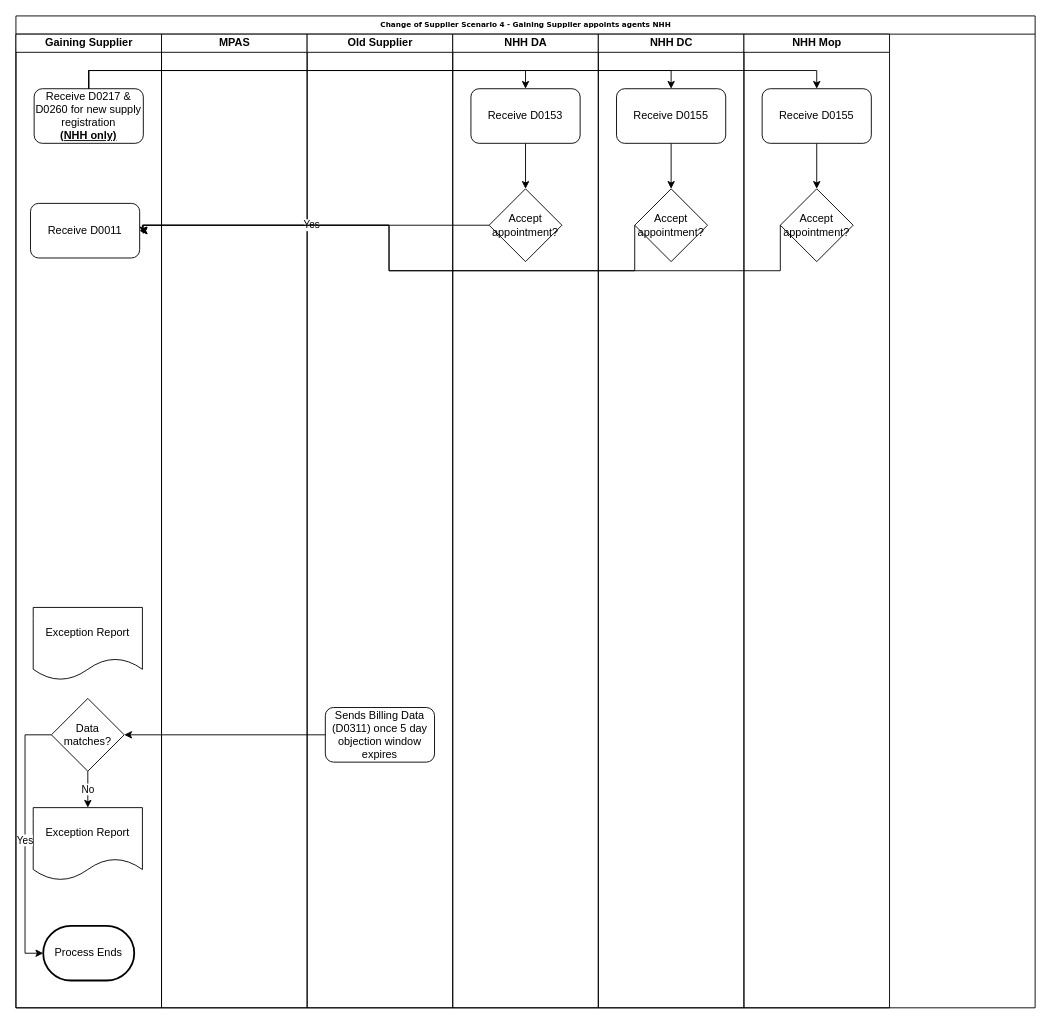
Before: Gaining Customer Electricity Scenario 4.drawio in andykanu/energy-business-processes, a draw.io diagram. Source tidied: cells renumbered, new cells numbered last; positions are measured from the earlier drawing's top-left corner, leaving out a move shared by most shapes. Both pictures are drawn from the tidied source at 91%, with x=0, y=0 at pixel (15, 15).
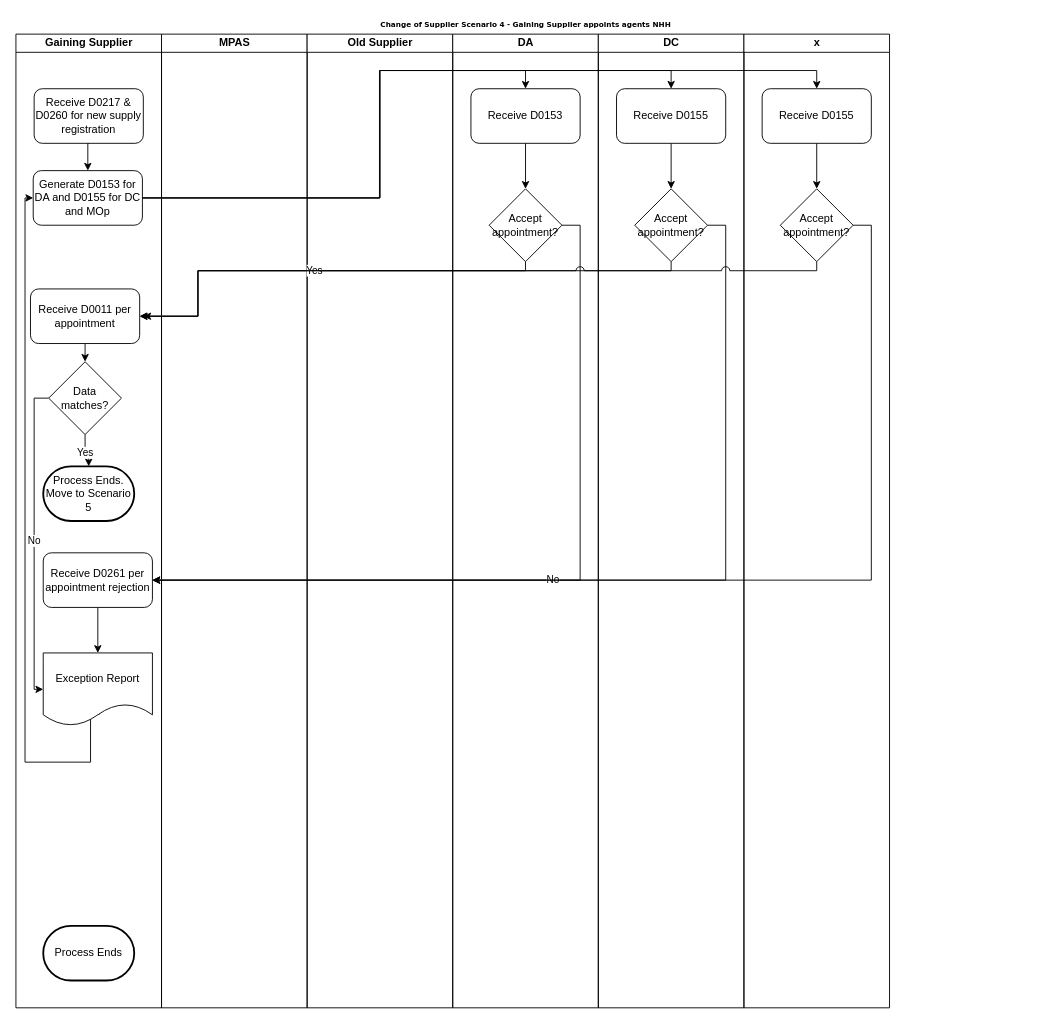
The same diagram, later.

Unchanged cells that the change refers to:
```xml
<mxCell id="3" value="Gaining Supplier" style="swimlane;html=1;startSize=20;" parent="2" vertex="1">
  <mxGeometry y="20" width="160" height="1070" as="geometry" />
</mxCell>
<mxCell id="14" value="Old Supplier" style="swimlane;html=1;startSize=20;" parent="2" vertex="1">
  <mxGeometry x="320" y="20" width="160" height="1070" as="geometry" />
</mxCell>
<mxCell id="18" value="Receive D0153" style="rounded=1;whiteSpace=wrap;html=1;" parent="16" vertex="1">
  <mxGeometry x="20" y="60" width="120" height="60" as="geometry" />
</mxCell>
<mxCell id="19" value="Accept appointment?" style="rhombus;whiteSpace=wrap;html=1;" parent="16" vertex="1">
  <mxGeometry x="40" y="170" width="80" height="80" as="geometry" />
</mxCell>
<mxCell id="22" value="Receive D0155" style="rounded=1;whiteSpace=wrap;html=1;" parent="20" vertex="1">
  <mxGeometry x="20" y="60" width="120" height="60" as="geometry" />
</mxCell>
<mxCell id="23" value="Accept appointment?" style="rhombus;whiteSpace=wrap;html=1;" parent="20" vertex="1">
  <mxGeometry x="40" y="170" width="80" height="80" as="geometry" />
</mxCell>
<mxCell id="26" value="Receive D0155" style="rounded=1;whiteSpace=wrap;html=1;" parent="24" vertex="1">
  <mxGeometry x="20" y="60" width="120" height="60" as="geometry" />
</mxCell>
<mxCell id="27" value="Accept appointment?" style="rhombus;whiteSpace=wrap;html=1;" parent="24" vertex="1">
  <mxGeometry x="40" y="170" width="80" height="80" as="geometry" />
</mxCell>
```

Change to the diagram source:
```diff
@@
-    <mxCell id="2" value="Change of Supplier Scenario 4 - Gaining Supplier appoints agents NHH" style="swimlane;html=1;startSize=20;rounded=0;shadow=0;labelBackgroundColor=none;strokeColor=#000000;strokeWidth=1;fillColor=#ffffff;fontFamily=Verdana;fontSize=8;fontColor=#000000;align=center;" parent="1" vertex="1">
+    <mxCell id="2" value="Change of Supplier Scenario 4 - Gaining Supplier appoints agents NHH" style="swimlane;html=1;startSize=20;rounded=0;shadow=0;labelBackgroundColor=none;strokeColor=none;strokeWidth=1;fillColor=#ffffff;fontFamily=Verdana;fontSize=8;fontColor=#000000;align=center;" parent="1" vertex="1">
       <mxGeometry width="1120" height="1090" as="geometry" />
     </mxCell>
@@
+    <mxCell id="35" style="edgeStyle=orthogonalEdgeStyle;rounded=0;jettySize=auto;html=1;exitX=0.5;exitY=1;exitDx=0;exitDy=0;entryX=0.5;entryY=0;entryDx=0;entryDy=0;" parent="3" edge="1" source="4" target="37">
+      <mxGeometry relative="1" as="geometry" />
+    </mxCell>
-    <mxCell id="4" value="Receive D0217 &amp;amp; D0260 for new supply registration &lt;br&gt;&lt;b&gt;&lt;u&gt;(NHH only)&lt;/u&gt;&lt;/b&gt;" style="rounded=1;whiteSpace=wrap;html=1;" parent="3" vertex="1">
+    <mxCell id="4" value="Receive D0217 &amp;amp; D0260 for new supply registration" style="rounded=1;whiteSpace=wrap;html=1;" parent="3" vertex="1">
       <mxGeometry x="20" y="60" width="120" height="60" as="geometry" />
     </mxCell>
-    <mxCell id="5" value="Exception Report" style="shape=document;whiteSpace=wrap;html=1;boundedLbl=1;" parent="3" vertex="1">
-      <mxGeometry x="19" y="630" width="120" height="80" as="geometry" />
-    </mxCell>
-    <mxCell id="6" value="Exception Report" style="shape=document;whiteSpace=wrap;html=1;boundedLbl=1;" parent="3" vertex="1">
-      <mxGeometry x="19" y="850" width="120" height="80" as="geometry" />
-    </mxCell>
-    <mxCell id="7" value="No" style="edgeStyle=orthogonalEdgeStyle;rounded=0;jettySize=auto;html=1;exitX=0.5;exitY=1;exitDx=0;exitDy=0;" parent="3" edge="1" source="9" target="6">
-      <mxGeometry relative="1" as="geometry" />
-    </mxCell>
+    <mxCell id="10" style="edgeStyle=orthogonalEdgeStyle;rounded=0;orthogonalLoop=1;jettySize=auto;html=1;exitX=0.5;exitY=1;exitDx=0;exitDy=0;" parent="3" edge="1">
+      <mxGeometry relative="1" as="geometry">
+        <mxPoint x="80" y="800" as="sourcePoint" />
+        <mxPoint x="80" y="800" as="targetPoint" />
+      </mxGeometry>
+    </mxCell>
+    <mxCell id="11" value="Process Ends" style="strokeWidth=2;html=1;shape=mxgraph.flowchart.terminator;whiteSpace=wrap;" parent="3" vertex="1">
+      <mxGeometry x="30" y="980" width="100" height="60" as="geometry" />
+    </mxCell>
+    <mxCell id="36" style="edgeStyle=orthogonalEdgeStyle;rounded=0;jettySize=auto;html=1;exitX=0.5;exitY=1;exitDx=0;exitDy=0;entryX=0.5;entryY=0;entryDx=0;entryDy=0;" parent="3" edge="1" source="12" target="9">
+      <mxGeometry relative="1" as="geometry" />
+    </mxCell>
+    <mxCell id="12" value="Receive D0011 per appointment" style="rounded=1;whiteSpace=wrap;html=1;" parent="3" vertex="1">
+      <mxGeometry x="16" y="280" width="120" height="60" as="geometry" />
+    </mxCell>
+    <mxCell id="37" value="Generate D0153 for DA and D0155 for DC and MOp" style="rounded=1;whiteSpace=wrap;html=1;" parent="3" vertex="1">
+      <mxGeometry x="19" y="150" width="120" height="60" as="geometry" />
+    </mxCell>
+    <mxCell id="38" style="edgeStyle=orthogonalEdgeStyle;rounded=0;jumpStyle=arc;jumpSize=9;jettySize=auto;html=1;exitX=0.5;exitY=1;exitDx=0;exitDy=0;entryX=0.5;entryY=0;entryDx=0;entryDy=0;" parent="3" edge="1" source="39" target="41">
+      <mxGeometry relative="1" as="geometry" />
+    </mxCell>
+    <mxCell id="39" value="Receive D0261 per appointment rejection" style="rounded=1;whiteSpace=wrap;html=1;" parent="3" vertex="1">
+      <mxGeometry x="30" y="570" width="120" height="60" as="geometry" />
+    </mxCell>
+    <mxCell id="40" style="edgeStyle=orthogonalEdgeStyle;rounded=0;jettySize=auto;html=1;entryX=0;entryY=0.5;entryDx=0;entryDy=0;exitX=0.517;exitY=0.838;exitDx=0;exitDy=0;exitPerimeter=0;" parent="3" edge="1" source="41" target="37">
+      <mxGeometry relative="1" as="geometry">
+        <Array as="points">
+          <mxPoint x="82" y="747" />
+          <mxPoint x="82" y="800" />
+          <mxPoint x="10" y="800" />
+          <mxPoint x="10" y="180" />
+        </Array>
+      </mxGeometry>
+    </mxCell>
+    <mxCell id="41" value="Exception Report" style="shape=document;whiteSpace=wrap;html=1;boundedLbl=1;" parent="3" vertex="1">
+      <mxGeometry x="30" y="680" width="120" height="80" as="geometry" />
+    </mxCell>
+    <mxCell id="42" value="No" style="edgeStyle=orthogonalEdgeStyle;rounded=0;jettySize=auto;html=1;entryX=0;entryY=0.5;entryDx=0;entryDy=0;" parent="3" edge="1" source="9" target="41">
+      <mxGeometry relative="1" as="geometry">
+        <Array as="points">
+          <mxPoint x="20" y="400" />
+        </Array>
+      </mxGeometry>
+    </mxCell>
-    <mxCell id="8" value="Yes" style="edgeStyle=orthogonalEdgeStyle;rounded=0;jettySize=auto;html=1;exitX=0;exitY=0.5;exitDx=0;exitDy=0;entryX=0;entryY=0.5;entryDx=0;entryDy=0;entryPerimeter=0;" parent="3" edge="1" source="9" target="11">
-      <mxGeometry relative="1" as="geometry">
-        <Array as="points">
-          <mxPoint x="10" y="770" />
-          <mxPoint x="10" y="1010" />
-        </Array>
-      </mxGeometry>
+    <mxCell id="8" value="Yes" style="edgeStyle=orthogonalEdgeStyle;rounded=0;jettySize=auto;html=1;entryX=0.5;entryY=0;entryDx=0;entryDy=0;entryPerimeter=0;" parent="3" edge="1" source="9" target="43">
+      <mxGeometry relative="1" as="geometry" />
     </mxCell>
     <mxCell id="9" value="Data matches?" style="rhombus;whiteSpace=wrap;html=1;" parent="3" vertex="1">
-      <mxGeometry x="39" y="730" width="80" height="80" as="geometry" />
+      <mxGeometry x="36" y="360" width="80" height="80" as="geometry" />
     </mxCell>
-    <mxCell id="10" style="edgeStyle=orthogonalEdgeStyle;rounded=0;orthogonalLoop=1;jettySize=auto;html=1;exitX=0.5;exitY=1;exitDx=0;exitDy=0;" parent="3" edge="1">
-      <mxGeometry relative="1" as="geometry">
-        <mxPoint x="80" y="800" as="sourcePoint" />
-        <mxPoint x="80" y="800" as="targetPoint" />
-      </mxGeometry>
-    </mxCell>
-    <mxCell id="11" value="Process Ends" style="strokeWidth=2;html=1;shape=mxgraph.flowchart.terminator;whiteSpace=wrap;" parent="3" vertex="1">
-      <mxGeometry x="30" y="980" width="100" height="60" as="geometry" />
-    </mxCell>
-    <mxCell id="12" value="Receive D0011" style="rounded=1;whiteSpace=wrap;html=1;" parent="3" vertex="1">
-      <mxGeometry x="16" y="186" width="120" height="60" as="geometry" />
-    </mxCell>
+    <mxCell id="43" value="Process Ends. Move to Scenario 5" style="strokeWidth=2;html=1;shape=mxgraph.flowchart.terminator;whiteSpace=wrap;" parent="3" vertex="1">
+      <mxGeometry x="30" y="475" width="100" height="60" as="geometry" />
+    </mxCell>
@@
-    <mxCell id="15" value="Sends Billing Data (D0311) once 5 day objection window expires" style="rounded=1;whiteSpace=wrap;html=1;" parent="14" vertex="1">
-      <mxGeometry x="20" y="740" width="120" height="60" as="geometry" />
-    </mxCell>
-    <mxCell id="16" value="NHH DA" style="swimlane;html=1;startSize=20;" parent="2" vertex="1">
+    <mxCell id="16" value="DA" style="swimlane;html=1;startSize=20;" parent="2" vertex="1">
       <mxGeometry x="480" y="20" width="160" height="1070" as="geometry" />
     </mxCell>
@@
-    <mxCell id="20" value="NHH DC" style="swimlane;html=1;startSize=20;" parent="2" vertex="1">
+    <mxCell id="20" value="DC" style="swimlane;html=1;startSize=20;" parent="2" vertex="1">
       <mxGeometry x="640" y="20" width="160" height="1070" as="geometry" />
     </mxCell>
@@
-    <mxCell id="24" value="NHH Mop" style="swimlane;html=1;startSize=20;" parent="2" vertex="1">
+    <mxCell id="24" value="x" style="swimlane;html=1;startSize=20;" parent="2" vertex="1">
       <mxGeometry x="800" y="20" width="160" height="1070" as="geometry" />
     </mxCell>
@@
-    <mxCell id="28" style="edgeStyle=orthogonalEdgeStyle;rounded=0;jettySize=auto;html=1;entryX=1;entryY=0.5;entryDx=0;entryDy=0;" parent="2" edge="1" source="15" target="9">
-      <mxGeometry relative="1" as="geometry" />
-    </mxCell>
-    <mxCell id="29" style="edgeStyle=orthogonalEdgeStyle;rounded=0;jettySize=auto;html=1;exitX=0.5;exitY=0;exitDx=0;exitDy=0;entryX=0.5;entryY=0;entryDx=0;entryDy=0;" parent="2" edge="1" source="4" target="18">
-      <mxGeometry relative="1" as="geometry" />
+    <mxCell id="29" style="edgeStyle=orthogonalEdgeStyle;rounded=0;jettySize=auto;html=1;exitX=1;exitY=0.5;exitDx=0;exitDy=0;entryX=0.5;entryY=0;entryDx=0;entryDy=0;" parent="2" edge="1" source="37" target="18">
+      <mxGeometry relative="1" as="geometry">
+        <Array as="points">
+          <mxPoint x="400" y="200" />
+          <mxPoint x="400" y="60" />
+          <mxPoint x="560" y="60" />
+        </Array>
+      </mxGeometry>
     </mxCell>
-    <mxCell id="30" style="edgeStyle=orthogonalEdgeStyle;rounded=0;jettySize=auto;html=1;exitX=0.5;exitY=0;exitDx=0;exitDy=0;entryX=0.5;entryY=0;entryDx=0;entryDy=0;" parent="2" edge="1" source="4" target="22">
+    <mxCell id="30" style="edgeStyle=orthogonalEdgeStyle;rounded=0;jettySize=auto;html=1;exitX=1;exitY=0.5;exitDx=0;exitDy=0;entryX=0.5;entryY=0;entryDx=0;entryDy=0;" parent="2" edge="1" source="37" target="22">
       <mxGeometry relative="1" as="geometry" />
     </mxCell>
-    <mxCell id="31" style="edgeStyle=orthogonalEdgeStyle;rounded=0;jettySize=auto;html=1;exitX=0.5;exitY=0;exitDx=0;exitDy=0;entryX=0.5;entryY=0;entryDx=0;entryDy=0;" parent="2" edge="1" source="4" target="26">
-      <mxGeometry relative="1" as="geometry" />
+    <mxCell id="31" style="edgeStyle=orthogonalEdgeStyle;rounded=0;jettySize=auto;html=1;exitX=1;exitY=0.5;exitDx=0;exitDy=0;entryX=0.5;entryY=0;entryDx=0;entryDy=0;" parent="2" edge="1" source="37" target="26">
+      <mxGeometry relative="1" as="geometry">
+        <Array as="points">
+          <mxPoint x="400" y="200" />
+          <mxPoint x="400" y="60" />
+          <mxPoint x="880" y="60" />
+        </Array>
+      </mxGeometry>
     </mxCell>
-    <mxCell id="32" value="Yes" style="edgeStyle=orthogonalEdgeStyle;rounded=0;jettySize=auto;html=1;exitX=0;exitY=0.5;exitDx=0;exitDy=0;entryX=1;entryY=0.5;entryDx=0;entryDy=0;" parent="2" edge="1" source="19" target="12">
+    <mxCell id="32" value="Yes" style="edgeStyle=orthogonalEdgeStyle;rounded=0;jettySize=auto;html=1;exitX=0.5;exitY=1;exitDx=0;exitDy=0;entryX=1;entryY=0.5;entryDx=0;entryDy=0;" parent="2" edge="1" source="19" target="12">
       <mxGeometry relative="1" as="geometry">
         <Array as="points">
-          <mxPoint x="139" y="230" />
+          <mxPoint x="560" y="280" />
+          <mxPoint x="200" y="280" />
+          <mxPoint x="200" y="330" />
         </Array>
       </mxGeometry>
     </mxCell>
-    <mxCell id="33" style="edgeStyle=orthogonalEdgeStyle;rounded=0;jettySize=auto;html=1;exitX=0;exitY=0.5;exitDx=0;exitDy=0;entryX=1;entryY=0.5;entryDx=0;entryDy=0;" parent="2" edge="1" source="23" target="12">
+    <mxCell id="33" style="edgeStyle=orthogonalEdgeStyle;rounded=0;jettySize=auto;html=1;exitX=0.5;exitY=1;exitDx=0;exitDy=0;entryX=1;entryY=0.5;entryDx=0;entryDy=0;jumpStyle=arc;jumpSize=9;" parent="2" edge="1" source="23" target="12">
       <mxGeometry relative="1" as="geometry">
         <Array as="points">
-          <mxPoint x="680" y="280" />
-          <mxPoint x="410" y="280" />
-          <mxPoint x="410" y="230" />
-          <mxPoint x="139" y="230" />
+          <mxPoint x="720" y="280" />
+          <mxPoint x="200" y="280" />
+          <mxPoint x="200" y="330" />
         </Array>
       </mxGeometry>
     </mxCell>
+    <mxCell id="44" value="No" style="edgeStyle=orthogonalEdgeStyle;rounded=0;jettySize=auto;html=1;exitX=1;exitY=0.5;exitDx=0;exitDy=0;entryX=1;entryY=0.5;entryDx=0;entryDy=0;jumpStyle=none;jumpSize=9;" parent="2" edge="1" source="19" target="39">
+      <mxGeometry relative="1" as="geometry" />
+    </mxCell>
+    <mxCell id="45" style="edgeStyle=orthogonalEdgeStyle;rounded=0;jumpStyle=arc;jumpSize=9;jettySize=auto;html=1;exitX=1;exitY=0.5;exitDx=0;exitDy=0;entryX=1;entryY=0.5;entryDx=0;entryDy=0;" parent="2" edge="1" source="23" target="39">
+      <mxGeometry relative="1" as="geometry" />
+    </mxCell>
+    <mxCell id="46" style="edgeStyle=orthogonalEdgeStyle;rounded=0;jumpStyle=arc;jumpSize=9;jettySize=auto;html=1;exitX=1;exitY=0.5;exitDx=0;exitDy=0;entryX=1;entryY=0.5;entryDx=0;entryDy=0;" parent="2" edge="1" source="27" target="39">
+      <mxGeometry relative="1" as="geometry">
+        <Array as="points">
+          <mxPoint x="940" y="230" />
+          <mxPoint x="940" y="620" />
+        </Array>
+      </mxGeometry>
+    </mxCell>
-    <mxCell id="34" style="edgeStyle=orthogonalEdgeStyle;rounded=0;jettySize=auto;html=1;exitX=0;exitY=0.5;exitDx=0;exitDy=0;" parent="1" edge="1" source="27">
+    <mxCell id="34" style="edgeStyle=orthogonalEdgeStyle;rounded=0;jettySize=auto;html=1;exitX=0.5;exitY=1;exitDx=0;exitDy=0;jumpStyle=arc;jumpSize=9;" parent="1" edge="1" source="27">
       <mxGeometry relative="1" as="geometry">
-        <mxPoint x="140" y="240" as="targetPoint" />
+        <mxPoint x="140" y="330" as="targetPoint" />
         <Array as="points">
-          <mxPoint x="840" y="280" />
-          <mxPoint x="410" y="280" />
-          <mxPoint x="410" y="230" />
-          <mxPoint x="140" y="230" />
+          <mxPoint x="880" y="280" />
+          <mxPoint x="200" y="280" />
+          <mxPoint x="200" y="330" />
         </Array>
       </mxGeometry>
     </mxCell>
```
